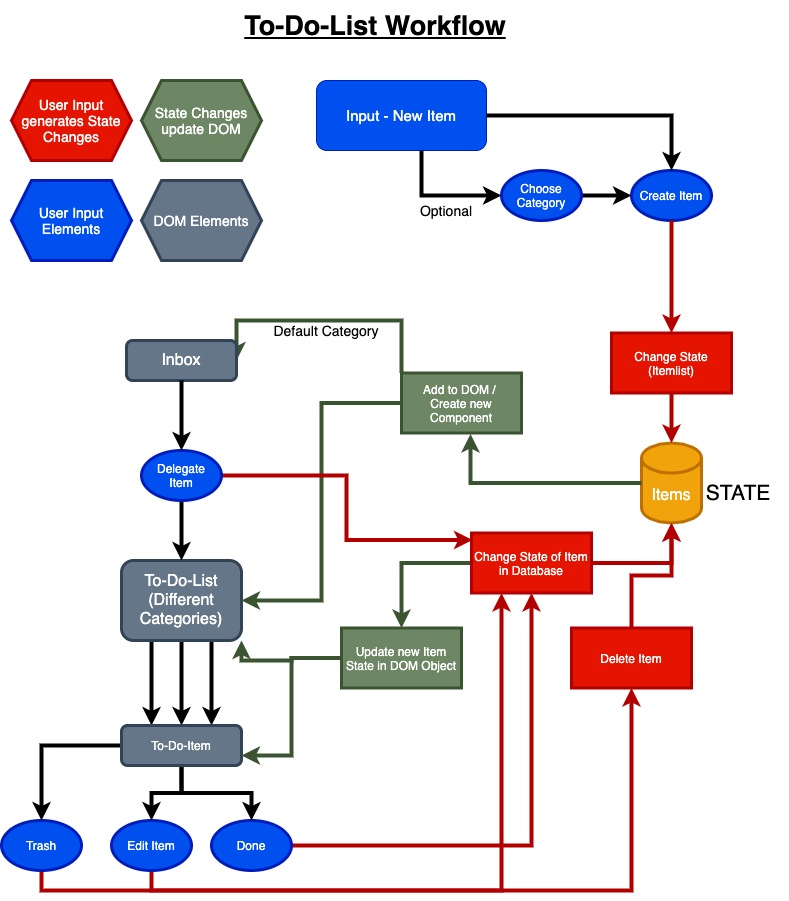
Joshchae/todolist03 keeps this draw.io diagram as To-Do-Workflow.png. Above is the earlier version. Source tidied: cells renumbered, new cells last; positions are measured from the earlier drawing's top-left corner, leaving out a move shared by most shapes.
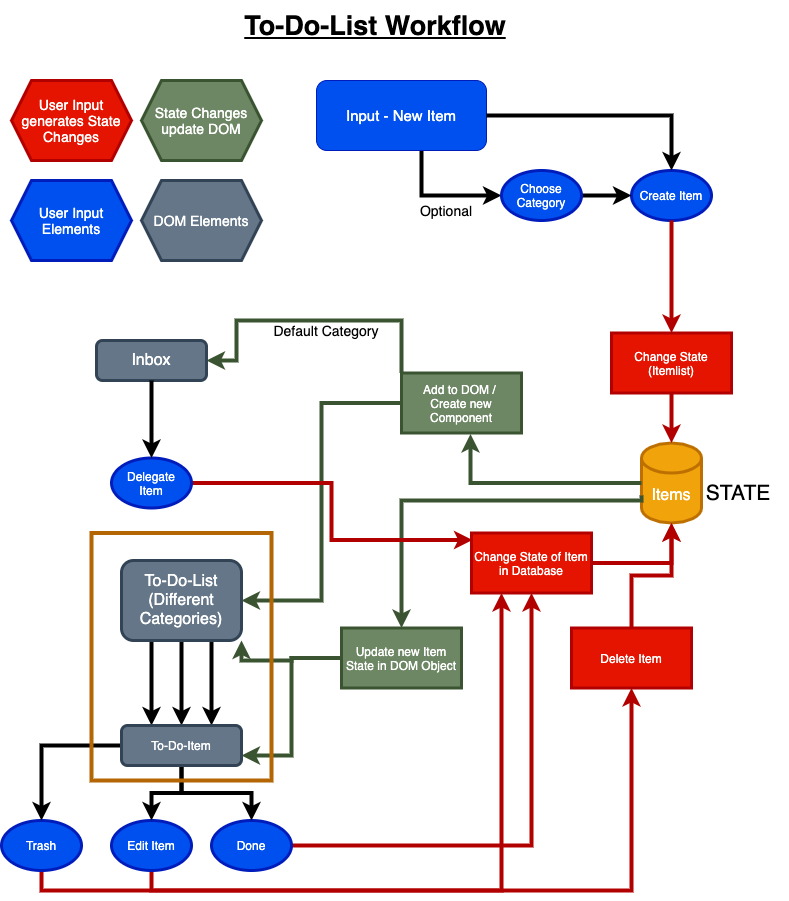
The same diagram one commit later.

The edit, as a diff of the source:
```diff
@@ -95,17 +95,19 @@
     <mxCell id="29" value="To-Do-Item" style="rounded=1;whiteSpace=wrap;html=1;strokeWidth=3;fillColor=#647687;strokeColor=#314354;fontColor=#ffffff;" parent="1" vertex="1">
       <mxGeometry x="120" y="725" width="120" height="40" as="geometry" />
     </mxCell>
-    <mxCell id="30" style="edgeStyle=orthogonalEdgeStyle;rounded=0;jettySize=auto;html=1;exitX=0.5;exitY=1;exitDx=0;exitDy=0;strokeWidth=4;" parent="1" edge="1" source="38" target="11">
-      <mxGeometry relative="1" as="geometry" />
-    </mxCell>
     <mxCell id="31" value="&lt;font style=&quot;font-size: 16px&quot;&gt;Inbox&lt;/font&gt;" style="rounded=1;whiteSpace=wrap;html=1;strokeWidth=3;fillColor=#647687;strokeColor=#314354;fontColor=#ffffff;" parent="1" vertex="1">
-      <mxGeometry x="125" y="340" width="110" height="40" as="geometry" />
+      <mxGeometry x="95" y="340" width="110" height="40" as="geometry" />
     </mxCell>
     <mxCell id="32" style="edgeStyle=orthogonalEdgeStyle;rounded=0;jettySize=auto;html=1;fillColor=#e51400;strokeColor=#B20000;strokeWidth=4;" parent="1" edge="1" source="34" target="5">
       <mxGeometry relative="1" as="geometry" />
     </mxCell>
-    <mxCell id="33" style="edgeStyle=orthogonalEdgeStyle;rounded=0;jettySize=auto;html=1;entryX=0.5;entryY=0;entryDx=0;entryDy=0;fillColor=#6d8764;strokeColor=#3A5431;strokeWidth=4;" parent="1" edge="1" source="34" target="42">
-      <mxGeometry relative="1" as="geometry" />
+    <mxCell id="33" style="edgeStyle=orthogonalEdgeStyle;rounded=0;jettySize=auto;html=1;entryX=0.5;entryY=0;entryDx=0;entryDy=0;fillColor=#6d8764;strokeColor=#3A5431;strokeWidth=4;exitX=0;exitY=0;exitDx=0;exitDy=52.5;exitPerimeter=0;" parent="1" edge="1" source="5" target="42">
+      <mxGeometry relative="1" as="geometry">
+        <Array as="points">
+          <mxPoint x="640" y="500" />
+          <mxPoint x="400" y="500" />
+        </Array>
+      </mxGeometry>
     </mxCell>
     <mxCell id="34" value="Change State of Item&lt;br&gt;in Database" style="rounded=0;whiteSpace=wrap;html=1;strokeWidth=3;fillColor=#e51400;strokeColor=#B20000;fontColor=#ffffff;" parent="1" vertex="1">
       <mxGeometry x="470" y="532.5" width="120" height="60" as="geometry" />
@@ -120,7 +122,7 @@
       <mxGeometry relative="1" as="geometry" />
     </mxCell>
     <mxCell id="38" value="Delegate&lt;br&gt;Item" style="ellipse;whiteSpace=wrap;html=1;strokeWidth=3;fillColor=#0050ef;strokeColor=#001DBC;fontColor=#ffffff;" parent="1" vertex="1">
-      <mxGeometry x="140" y="450" width="80" height="50" as="geometry" />
+      <mxGeometry x="110" y="457.5" width="80" height="50" as="geometry" />
     </mxCell>
     <mxCell id="39" style="edgeStyle=orthogonalEdgeStyle;rounded=0;jettySize=auto;html=1;exitX=0.5;exitY=1;exitDx=0;exitDy=0;strokeWidth=4;" parent="1" edge="1" source="31" target="38">
       <mxGeometry relative="1" as="geometry" />
@@ -158,5 +160,8 @@
     <mxCell id="50" value="&lt;font style=&quot;font-size: 14px&quot;&gt;DOM Elements&lt;/font&gt;" style="shape=hexagon;perimeter=hexagonPerimeter2;whiteSpace=wrap;html=1;fixedSize=1;strokeWidth=3;fillColor=#647687;strokeColor=#314354;fontColor=#ffffff;" parent="1" vertex="1">
       <mxGeometry x="140" y="180" width="120" height="80" as="geometry" />
     </mxCell>
+    <mxCell id="51" style="rounded=0;whiteSpace=wrap;html=1;strokeWidth=4;strokeColor=#b46504;fillColor=none;" parent="1" vertex="1">
+      <mxGeometry x="90" y="532.5" width="180" height="247.5" as="geometry" />
+    </mxCell>
   </root>
 </mxGraphModel>
```
